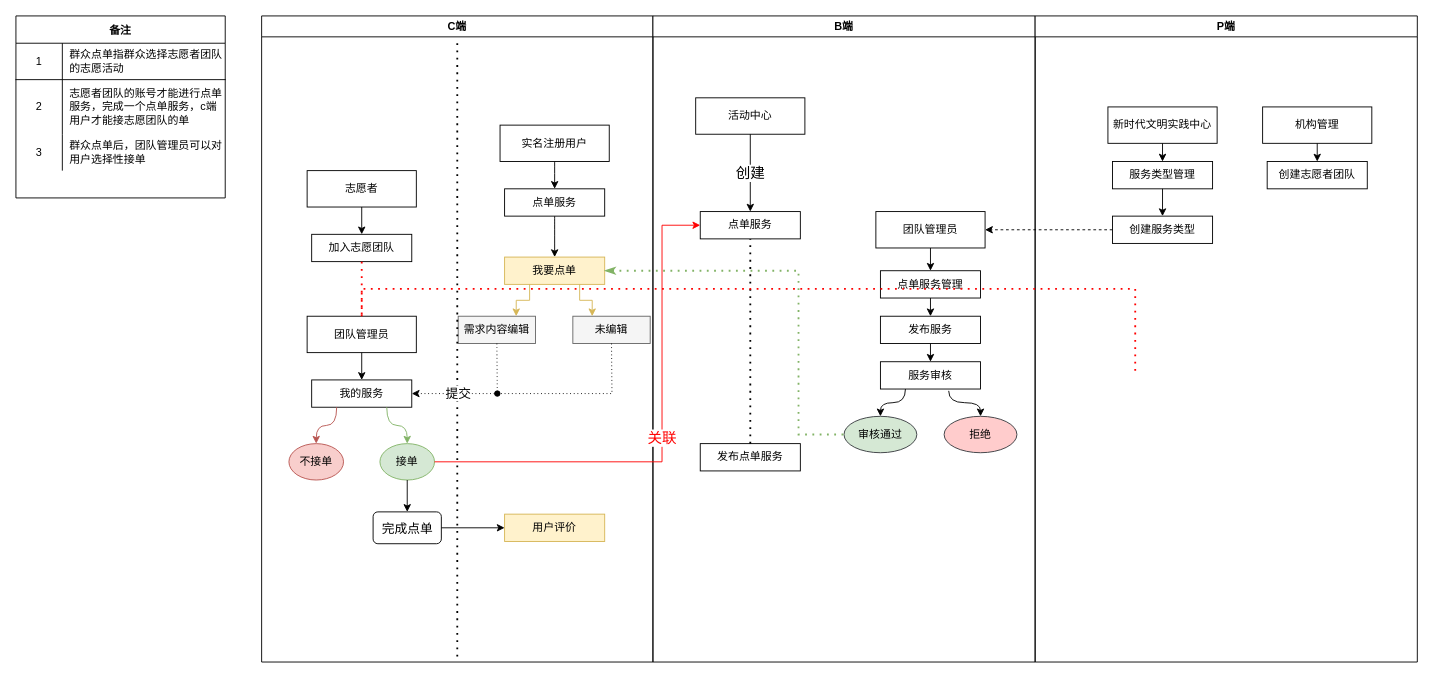
KZ137onethe/hello-world keeps this draw.io diagram as 未命名绘图.drawio. Above is the earlier version. Source tidied: cells renumbered, new cells numbered last; positions are measured from the earlier drawing's top-left corner, leaving out a move shared by most shapes. Both pictures are drawn from the tidied source at 91%, with x=0, y=0 at pixel (15, 15).
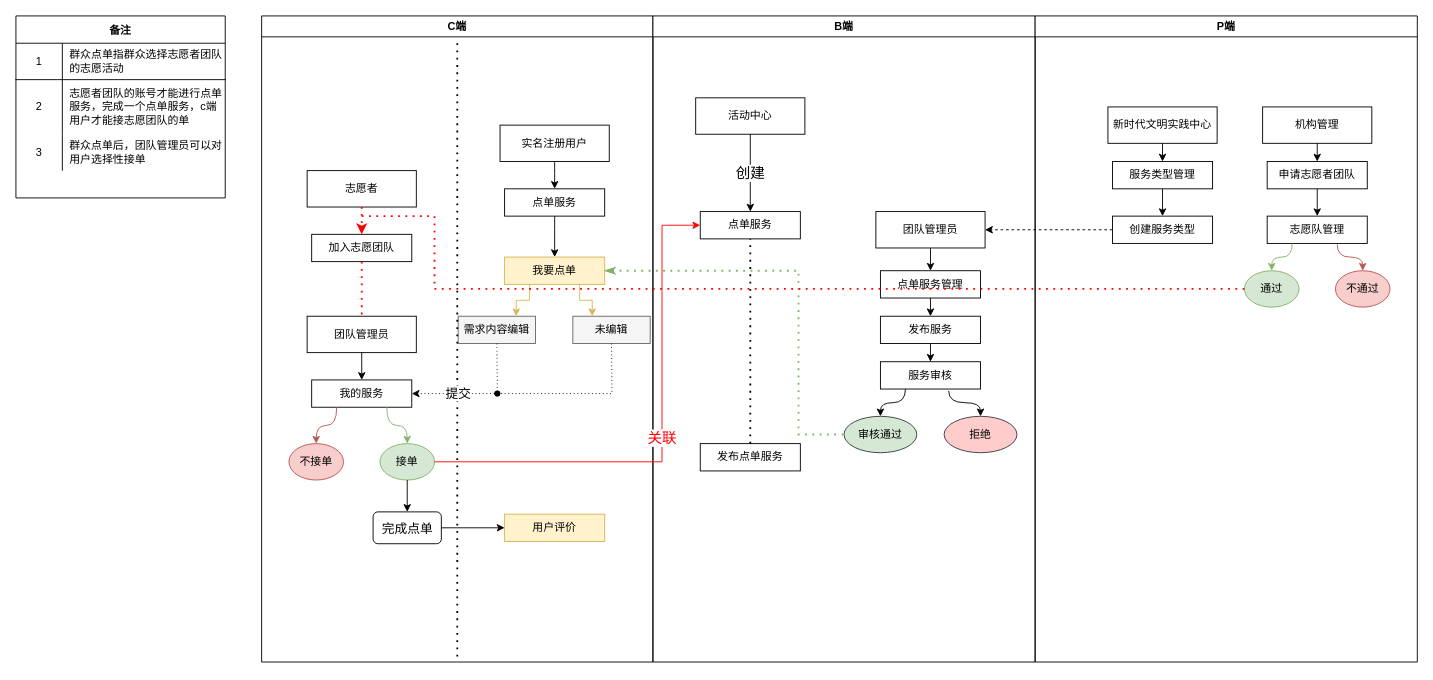
The same page after the edit.

Commit message:
未命名绘图.drawio

The change refers to these unchanged cells:
```xml
<mxCell id="12" value="C端" style="swimlane;fontColor=default;strokeColor=default;fillColor=default;" parent="1" vertex="1">
  <mxGeometry x="270" width="430" height="710" as="geometry" />
</mxCell>
<mxCell id="22" value="团队管理员" style="rounded=0;whiteSpace=wrap;html=1;fillColor=default;strokeColor=default;fontColor=default;" parent="12" vertex="1">
  <mxGeometry x="50" y="330" width="120" height="40" as="geometry" />
</mxCell>
<mxCell id="34" value="志愿者" style="rounded=0;whiteSpace=wrap;html=1;fontColor=default;strokeColor=default;fillColor=default;" parent="12" vertex="1">
  <mxGeometry x="50" y="170" width="120" height="40" as="geometry" />
</mxCell>
<mxCell id="35" value="加入志愿团队" style="rounded=0;whiteSpace=wrap;html=1;fontColor=default;strokeColor=default;fillColor=default;" parent="12" vertex="1">
  <mxGeometry x="55" y="240" width="110" height="30" as="geometry" />
</mxCell>
<mxCell id="54" value="P端" style="swimlane;fontColor=default;strokeColor=default;fillColor=default;startSize=23;" parent="1" vertex="1">
  <mxGeometry x="1120" width="420" height="710" as="geometry" />
</mxCell>
```

What changed in the source:
```diff
@@
+    <mxCell id="37" style="endArrow=none;dashed=1;html=1;dashPattern=1 3;strokeWidth=2;rounded=0;labelBackgroundColor=default;fontSize=14;fontColor=default;fillColor=default;elbow=vertical;strokeColor=#FF0000;exitX=0.5;exitY=1;exitDx=0;exitDy=0;" parent="12" edge="1" source="35" target="22">
+      <mxGeometry relative="1" as="geometry" />
+    </mxCell>
-    <mxCell id="36" style="endArrow=classic;html=1;rounded=0;labelBackgroundColor=default;fontSize=14;fontColor=default;strokeColor=default;strokeWidth=1;fillColor=default;elbow=vertical;exitX=0.5;exitY=1;exitDx=0;exitDy=0;entryX=0.5;entryY=0;entryDx=0;entryDy=0;" parent="12" edge="1" source="34" target="35">
+    <mxCell id="36" style="endArrow=classic;dashed=1;html=1;dashPattern=1 3;strokeWidth=2;rounded=0;labelBackgroundColor=default;fontColor=default;fillColor=default;curved=1;exitX=0.5;exitY=1;exitDx=0;exitDy=0;strokeColor=#FF0000;entryX=0.5;entryY=0;entryDx=0;entryDy=0;endFill=1;" parent="12" edge="1" source="34" target="35">
       <mxGeometry relative="1" as="geometry" />
     </mxCell>
-    <mxCell id="37" style="endArrow=none;dashed=1;html=1;dashPattern=1 3;strokeWidth=2;rounded=0;labelBackgroundColor=default;fontSize=14;fontColor=default;fillColor=default;elbow=vertical;strokeColor=#FF0000;exitX=0.5;exitY=1;exitDx=0;exitDy=0;" parent="12" edge="1" source="35" target="22">
-      <mxGeometry relative="1" as="geometry" />
-    </mxCell>
@@
-    <mxCell id="61" value="创建志愿者团队" style="rounded=0;whiteSpace=wrap;html=1;fontColor=default;strokeColor=default;fillColor=default;" parent="54" vertex="1">
+    <mxCell id="61" value="申请志愿者团队" style="rounded=0;whiteSpace=wrap;html=1;fontColor=default;strokeColor=default;fillColor=default;" parent="54" vertex="1">
       <mxGeometry x="255" y="160" width="110" height="30" as="geometry" />
     </mxCell>
@@
+    <mxCell id="71" value="志愿队管理" style="rounded=0;whiteSpace=wrap;html=1;fontColor=default;strokeColor=default;fillColor=default;" parent="54" vertex="1">
+      <mxGeometry x="255" y="220" width="110" height="30" as="geometry" />
+    </mxCell>
+    <mxCell id="72" value="不通过" style="ellipse;whiteSpace=wrap;html=1;strokeColor=#b85450;fillColor=#f8cecc;fontColor=default;" parent="54" vertex="1">
+      <mxGeometry x="330" y="280" width="60" height="40" as="geometry" />
+    </mxCell>
+    <mxCell id="73" value="通过" style="ellipse;whiteSpace=wrap;html=1;strokeColor=#82b366;fillColor=#d5e8d4;fontColor=default;" parent="54" vertex="1">
+      <mxGeometry x="230" y="280" width="60" height="40" as="geometry" />
+    </mxCell>
+    <mxCell id="74" style="endArrow=classic;html=1;rounded=0;labelBackgroundColor=default;fontColor=default;strokeColor=#82b366;fillColor=#d5e8d4;exitX=0.25;exitY=1;exitDx=0;exitDy=0;entryX=0.5;entryY=0;entryDx=0;entryDy=0;edgeStyle=orthogonalEdgeStyle;curved=1;" parent="54" edge="1" source="71" target="73">
+      <mxGeometry relative="1" as="geometry" />
+    </mxCell>
+    <mxCell id="75" style="endArrow=classic;html=1;rounded=0;labelBackgroundColor=default;fontColor=default;strokeColor=#b85450;fillColor=#f8cecc;exitX=0.7;exitY=1.033;exitDx=0;exitDy=0;exitPerimeter=0;entryX=0.5;entryY=0;entryDx=0;entryDy=0;edgeStyle=orthogonalEdgeStyle;curved=1;" parent="54" edge="1" source="71" target="72">
+      <mxGeometry relative="1" as="geometry" />
+    </mxCell>
@@
-    <mxCell id="70" style="endArrow=none;dashed=1;html=1;dashPattern=1 3;strokeWidth=2;rounded=0;labelBackgroundColor=default;fontSize=14;fontColor=default;fillColor=default;elbow=vertical;strokeColor=#FF0000;" parent="1" edge="1">
+    <mxCell id="70" style="endArrow=none;dashed=1;html=1;dashPattern=1 3;strokeWidth=2;rounded=0;labelBackgroundColor=default;fontSize=14;fontColor=default;fillColor=default;elbow=vertical;strokeColor=#FF0000;exitX=0;exitY=0.5;exitDx=0;exitDy=0;" parent="1" edge="1" source="73">
       <mxGeometry relative="1" as="geometry">
-        <mxPoint x="1230" y="390" as="sourcePoint" />
-        <mxPoint x="380" y="330" as="targetPoint" />
+        <mxPoint x="380" y="220" as="targetPoint" />
         <Array as="points">
-          <mxPoint x="1230" y="300" />
-          <mxPoint x="380" y="300" />
+          <mxPoint x="460" y="300" />
+          <mxPoint x="460" y="220" />
         </Array>
       </mxGeometry>
     </mxCell>
+    <mxCell id="76" style="endArrow=classic;html=1;rounded=0;exitX=0.5;exitY=1;exitDx=0;exitDy=0;strokeColor=default;labelBackgroundColor=default;fontColor=default;" parent="1" edge="1" source="61">
+      <mxGeometry relative="1" as="geometry">
+        <mxPoint x="1430" y="220" as="targetPoint" />
+      </mxGeometry>
+    </mxCell>
```
